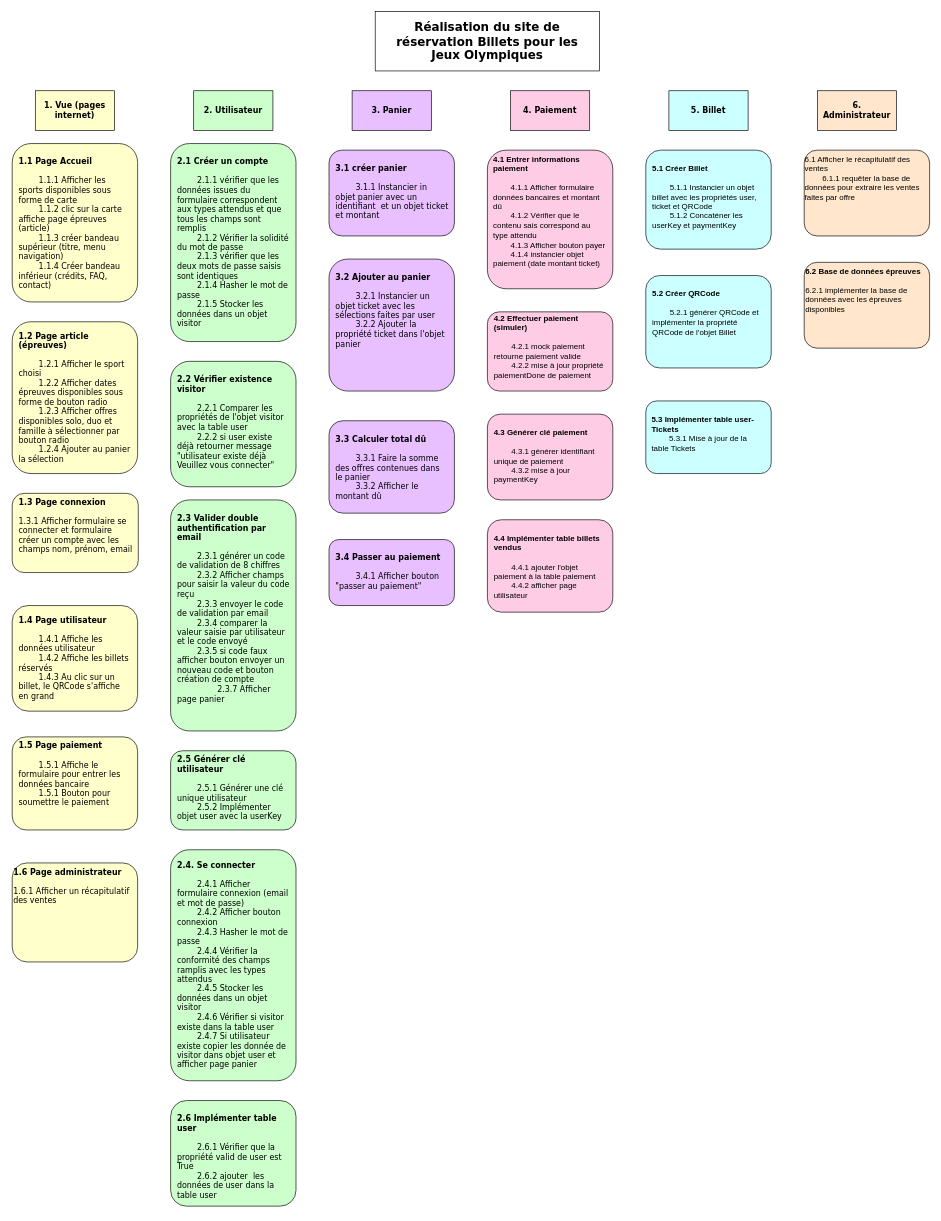
Above: WBSJeux Olympiques .drawio in mariannemnrt/ProjetReservationBilletJO (draw.io), before the change. Source tidied: cells renumbered, new cells numbered last; positions are measured from the earlier drawing's top-left corner, leaving out a move shared by most shapes. Both pictures are drawn from the tidied source at 66%, with x=0, y=0 at pixel (12, 11).
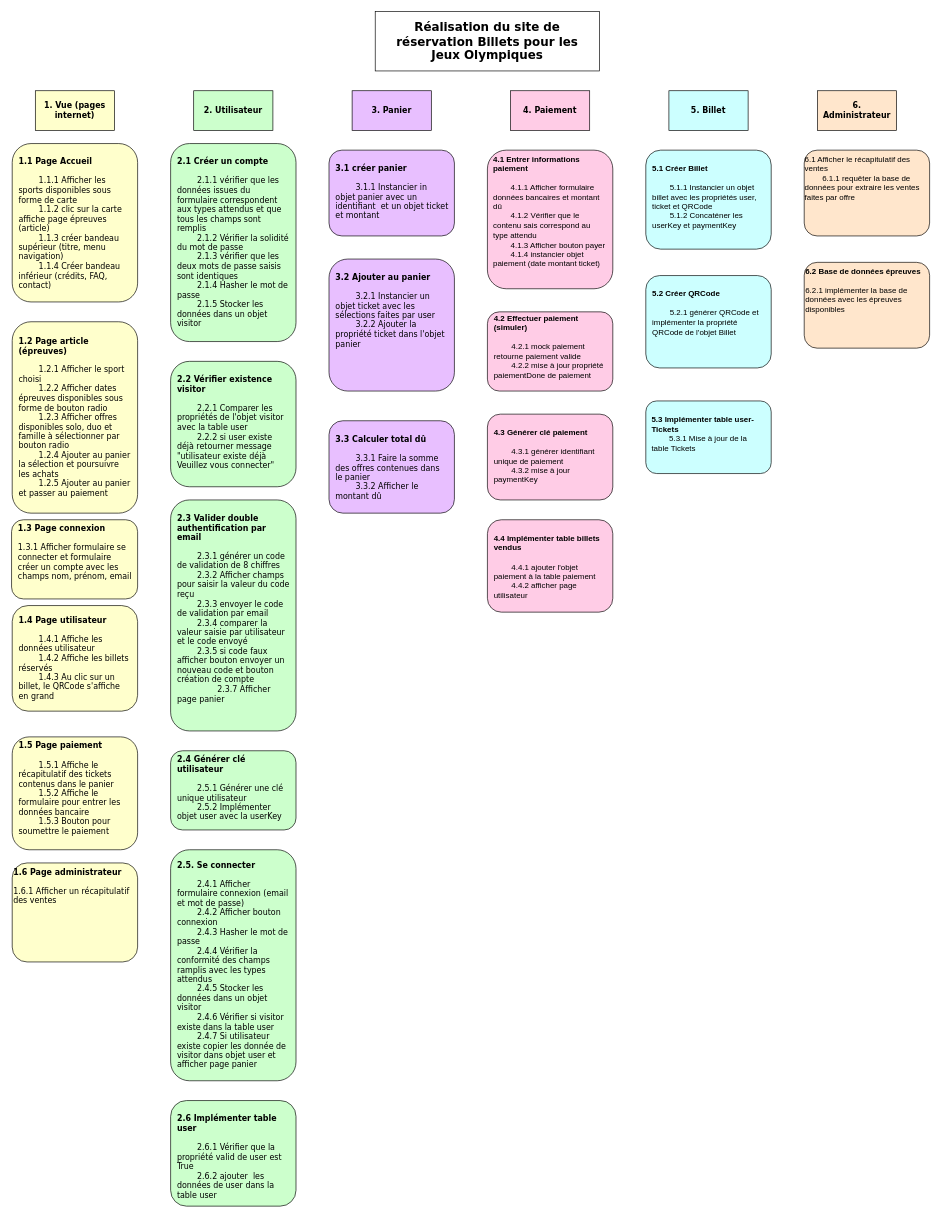
After the change.

Commit message:
Mettre à jour WBSJeux Olympiques .drawio

Change to the diagram source:
```diff
@@
-    <mxCell id="9" value="&lt;div&gt;&lt;b&gt;1.2 Page article (épreuves)&lt;/b&gt;&lt;/div&gt;&lt;div&gt;&lt;br&gt;&lt;/div&gt;&lt;div&gt;&lt;span style=&quot;white-space: pre;&quot;&gt;&#9;&lt;/span&gt;1.2.1 Afficher le sport choisi &lt;br&gt;&lt;/div&gt;&lt;div&gt;&lt;span style=&quot;white-space: pre;&quot;&gt;&#9;&lt;/span&gt;1.2.2 Afficher dates épreuves disponibles sous forme de bouton radio&lt;/div&gt;&lt;div&gt;&lt;span style=&quot;white-space: pre;&quot;&gt;&#9;&lt;/span&gt;1.2.3 Afficher offres disponibles solo, duo et famille à sélectionner par bouton radio&lt;/div&gt;&lt;div&gt;&lt;span style=&quot;white-space: pre;&quot;&gt;&#9;&lt;/span&gt;1.2.4 Ajouter au panier la sélection&lt;br&gt;&lt;/div&gt;" style="rounded=1;whiteSpace=wrap;html=1;align=left;fontFamily=Verdana;spacingLeft=8;spacingRight=8;fillColor=#FFFFCC;" parent="1" vertex="1">
-      <mxGeometry y="470" width="190" height="230" as="geometry" />
+    <mxCell id="9" value="&lt;div&gt;&lt;b&gt;1.2 Page article (épreuves)&lt;/b&gt;&lt;/div&gt;&lt;div&gt;&lt;br&gt;&lt;/div&gt;&lt;div&gt;&lt;span style=&quot;white-space: pre;&quot;&gt;&#9;&lt;/span&gt;1.2.1 Afficher le sport choisi &lt;br&gt;&lt;/div&gt;&lt;div&gt;&lt;span style=&quot;white-space: pre;&quot;&gt;&#9;&lt;/span&gt;1.2.2 Afficher dates épreuves disponibles sous forme de bouton radio&lt;/div&gt;&lt;div&gt;&lt;span style=&quot;white-space: pre;&quot;&gt;&#9;&lt;/span&gt;1.2.3 Afficher offres disponibles solo, duo et famille à sélectionner par bouton radio&lt;/div&gt;&lt;div&gt;&lt;span style=&quot;white-space: pre;&quot;&gt;&#9;&lt;/span&gt;1.2.4 Ajouter au panier la sélection et poursuivre les achats&lt;br&gt;&lt;/div&gt;&lt;div&gt;&lt;span style=&quot;white-space: pre;&quot;&gt;&#9;&lt;/span&gt;1.2.5 Ajouter au panier et passer au paiement &lt;br&gt;&lt;/div&gt;" style="rounded=1;whiteSpace=wrap;html=1;align=left;fontFamily=Verdana;spacingLeft=8;spacingRight=8;fillColor=#FFFFCC;" parent="1" vertex="1">
+      <mxGeometry y="470" width="190" height="290" as="geometry" />
     </mxCell>
     <mxCell id="10" value="&lt;div&gt;&lt;b&gt;1.3 Page connexion &lt;/b&gt;&lt;br&gt;&lt;/div&gt;&lt;div&gt;&lt;br&gt;&lt;/div&gt;&lt;div&gt;1.3.1 Afficher formulaire se connecter et formulaire créer un compte avec les champs nom, prénom, email&lt;br&gt;&lt;/div&gt;" style="rounded=1;whiteSpace=wrap;html=1;align=left;fontFamily=Verdana;spacingLeft=8;spacingRight=8;verticalAlign=top;fillColor=#FFFFCC;" parent="1" vertex="1">
-      <mxGeometry y="730" width="191" height="120" as="geometry" />
+      <mxGeometry x="-1" y="770" width="191" height="120" as="geometry" />
     </mxCell>
@@
-    <mxCell id="12" value="&lt;div&gt;&lt;b&gt;1.5 Page paiement&lt;/b&gt;&lt;/div&gt;&lt;div&gt;&lt;br&gt;&lt;/div&gt;&lt;div&gt;&lt;span style=&quot;white-space: pre;&quot;&gt;&#9;&lt;/span&gt;1.5.1 Affiche le formulaire pour entrer les données bancaire &lt;br&gt;&lt;/div&gt;&lt;div&gt;&lt;span style=&quot;white-space: pre;&quot;&gt;&#9;&lt;/span&gt;1.5.1 Bouton pour soumettre le paiement&lt;br&gt;&lt;/div&gt;" style="rounded=1;whiteSpace=wrap;html=1;align=left;fontFamily=Verdana;spacingLeft=8;spacingRight=8;verticalAlign=top;fillColor=#FFFFCC;" parent="1" vertex="1">
-      <mxGeometry y="1099" width="190" height="141" as="geometry" />
+    <mxCell id="12" value="&lt;div&gt;&lt;b&gt;1.5 Page paiement&lt;/b&gt;&lt;/div&gt;&lt;div&gt;&lt;br&gt;&lt;/div&gt;&lt;div&gt;&lt;span style=&quot;white-space: pre;&quot;&gt;&#9;&lt;/span&gt;1.5.1 Affiche le&amp;nbsp; récapitulatif des tickets contenus dans le panier&amp;nbsp;&lt;/div&gt;&lt;div&gt;&lt;span style=&quot;white-space: pre;&quot;&gt;&#9;&lt;/span&gt;1.5.2 Affiche le formulaire pour entrer les données bancaire &lt;br&gt;&lt;/div&gt;&lt;div&gt;&lt;span style=&quot;white-space: pre;&quot;&gt;&#9;&lt;/span&gt;1.5.3 Bouton pour soumettre le paiement&lt;br&gt;&lt;/div&gt;" style="rounded=1;whiteSpace=wrap;html=1;align=left;fontFamily=Verdana;spacingLeft=8;spacingRight=8;verticalAlign=top;fillColor=#FFFFCC;" parent="1" vertex="1">
+      <mxGeometry y="1099" width="190" height="171" as="geometry" />
     </mxCell>
@@
-    <mxCell id="16" value="&lt;div&gt;&lt;b&gt;2.4. Se connecter &lt;/b&gt;&lt;br&gt;&lt;/div&gt;&lt;div&gt;&lt;span style=&quot;white-space: pre;&quot;&gt;&#9;&lt;/span&gt;&lt;/div&gt;&lt;div&gt;&lt;span style=&quot;white-space: pre;&quot;&gt;&#9;&lt;/span&gt;2.4.1 Afficher formulaire connexion (email et mot de passe)&lt;/div&gt;&lt;div&gt;&lt;span style=&quot;white-space: pre;&quot;&gt;&#9;&lt;/span&gt;2.4.2 Afficher bouton connexion &lt;br&gt;&lt;/div&gt;&lt;div&gt;&lt;span style=&quot;white-space: pre;&quot;&gt;&#9;&lt;/span&gt;2.4.3 Hasher le mot de passe&amp;nbsp;&lt;/div&gt;&lt;div&gt;&lt;span style=&quot;white-space: pre;&quot;&gt;&#9;&lt;/span&gt;2.4.4 Vérifier la conformité des champs ramplis avec les types attendus&amp;nbsp;&lt;/div&gt;&lt;div&gt;&lt;span style=&quot;white-space: pre;&quot;&gt;&#9;&lt;/span&gt;2.4.5 Stocker les données dans un objet visitor&amp;nbsp;&lt;/div&gt;&lt;div&gt;&lt;span style=&quot;white-space: pre;&quot;&gt;&#9;&lt;/span&gt;2.4.6 Vérifier si visitor existe dans la table user&lt;/div&gt;&lt;div&gt;&lt;span style=&quot;white-space: pre;&quot;&gt;&#9;&lt;/span&gt;2.4.7 Si utilisateur existe copier les donnée de visitor dans objet user et afficher page panier &amp;nbsp; &lt;br&gt;&lt;/div&gt;" style="rounded=1;whiteSpace=wrap;html=1;align=left;fontFamily=Verdana;spacingLeft=8;spacingRight=8;fillColor=#CCFFCC;" parent="1" vertex="1">
+    <mxCell id="16" value="&lt;div&gt;&lt;b&gt;2.5. Se connecter &lt;/b&gt;&lt;br&gt;&lt;/div&gt;&lt;div&gt;&lt;span style=&quot;white-space: pre;&quot;&gt;&#9;&lt;/span&gt;&lt;/div&gt;&lt;div&gt;&lt;span style=&quot;white-space: pre;&quot;&gt;&#9;&lt;/span&gt;2.4.1 Afficher formulaire connexion (email et mot de passe)&lt;/div&gt;&lt;div&gt;&lt;span style=&quot;white-space: pre;&quot;&gt;&#9;&lt;/span&gt;2.4.2 Afficher bouton connexion &lt;br&gt;&lt;/div&gt;&lt;div&gt;&lt;span style=&quot;white-space: pre;&quot;&gt;&#9;&lt;/span&gt;2.4.3 Hasher le mot de passe&amp;nbsp;&lt;/div&gt;&lt;div&gt;&lt;span style=&quot;white-space: pre;&quot;&gt;&#9;&lt;/span&gt;2.4.4 Vérifier la conformité des champs ramplis avec les types attendus&amp;nbsp;&lt;/div&gt;&lt;div&gt;&lt;span style=&quot;white-space: pre;&quot;&gt;&#9;&lt;/span&gt;2.4.5 Stocker les données dans un objet visitor&amp;nbsp;&lt;/div&gt;&lt;div&gt;&lt;span style=&quot;white-space: pre;&quot;&gt;&#9;&lt;/span&gt;2.4.6 Vérifier si visitor existe dans la table user&lt;/div&gt;&lt;div&gt;&lt;span style=&quot;white-space: pre;&quot;&gt;&#9;&lt;/span&gt;2.4.7 Si utilisateur existe copier les donnée de visitor dans objet user et afficher page panier &amp;nbsp; &lt;br&gt;&lt;/div&gt;" style="rounded=1;whiteSpace=wrap;html=1;align=left;fontFamily=Verdana;spacingLeft=8;spacingRight=8;fillColor=#CCFFCC;" parent="1" vertex="1">
       <mxGeometry x="240" y="1270" width="190" height="350" as="geometry" />
     </mxCell>
-    <mxCell id="17" value="&lt;div&gt;&lt;b&gt;2.5 Générer clé utilisateur&lt;/b&gt;&lt;/div&gt;&lt;div&gt;&lt;br&gt;&lt;/div&gt;&lt;div&gt;&lt;span style=&quot;white-space: pre;&quot;&gt;&#9;&lt;/span&gt;2.5.1 Générer une clé unique utilisateur&lt;/div&gt;&lt;div&gt;&lt;span style=&quot;white-space: pre;&quot;&gt;&#9;&lt;/span&gt;2.5.2 Implémenter objet user avec la userKey&lt;br&gt; &lt;/div&gt;" style="rounded=1;whiteSpace=wrap;html=1;align=left;fontFamily=Verdana;spacingLeft=8;spacingRight=8;verticalAlign=top;fillColor=#CCFFCC;" parent="1" vertex="1">
+    <mxCell id="17" value="&lt;div&gt;&lt;b&gt;2.4 Générer clé utilisateur&lt;/b&gt;&lt;/div&gt;&lt;div&gt;&lt;br&gt;&lt;/div&gt;&lt;div&gt;&lt;span style=&quot;white-space: pre;&quot;&gt;&#9;&lt;/span&gt;2.5.1 Générer une clé unique utilisateur&lt;/div&gt;&lt;div&gt;&lt;span style=&quot;white-space: pre;&quot;&gt;&#9;&lt;/span&gt;2.5.2 Implémenter objet user avec la userKey&lt;br&gt; &lt;/div&gt;" style="rounded=1;whiteSpace=wrap;html=1;align=left;fontFamily=Verdana;spacingLeft=8;spacingRight=8;verticalAlign=top;fillColor=#CCFFCC;" parent="1" vertex="1">
       <mxGeometry x="240" y="1120" width="190" height="120" as="geometry" />
     </mxCell>
@@
-    <mxCell id="22" value="&lt;div&gt;&lt;br&gt;&lt;/div&gt;&lt;div&gt;&lt;b&gt;3.4 Passer au paiement&lt;/b&gt;&lt;/div&gt;&lt;div&gt;&lt;br&gt;&lt;/div&gt;&lt;div&gt;&lt;span style=&quot;white-space: pre;&quot;&gt;&#9;&lt;/span&gt;3.4.1 Afficher bouton &quot;passer au paiement&quot;&lt;br&gt;&lt;/div&gt;" style="rounded=1;whiteSpace=wrap;html=1;align=left;fontFamily=Verdana;spacingLeft=8;spacingRight=8;verticalAlign=top;fillColor=#E8BFFF;" parent="1" vertex="1">
-      <mxGeometry x="480" y="800" width="190" height="100" as="geometry" />
-    </mxCell>
```
